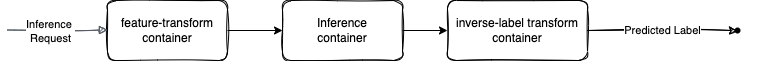
Earlier version of the draw.io export autopilot/autopilot-serverless-inference/images/ap-hpo-serverless-payloadflow.png (aws/amazon-sagemaker-examples). Source tidied: cells renumbered, new cells last; positions are measured from the earlier drawing's top-left corner, leaving out a move shared by most shapes.
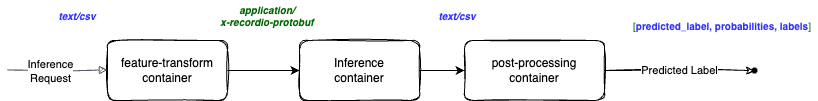
The same diagram one commit later.

Commit message:
Update: HPO Inference portion now captures recordio outputs

Change to the diagram source:
```diff
@@ -8,31 +8,43 @@
     <mxCell id="3" value="feature-transform&lt;br&gt;container" style="rounded=1;whiteSpace=wrap;html=1;shadow=0;sketch=1;" parent="1" vertex="1">
       <mxGeometry x="100" width="120" height="60" as="geometry" />
     </mxCell>
-    <mxCell id="4" style="edgeStyle=orthogonalEdgeStyle;rounded=0;jettySize=auto;html=1;" parent="1" edge="1" source="5" target="7">
-      <mxGeometry relative="1" as="geometry" />
-    </mxCell>
+    <mxCell id="11" style="edgeStyle=orthogonalEdgeStyle;rounded=0;jettySize=auto;html=1;" parent="1" edge="1" source="5" target="12">
+      <mxGeometry relative="1" as="geometry" />
+    </mxCell>
     <mxCell id="5" value="Inference&lt;br&gt;container" style="rounded=1;whiteSpace=wrap;html=1;sketch=1;" parent="1" vertex="1">
-      <mxGeometry x="275" width="120" height="60" as="geometry" />
+      <mxGeometry x="292" width="120" height="60" as="geometry" />
     </mxCell>
-    <mxCell id="6" value="Predicted Label" style="edgeStyle=orthogonalEdgeStyle;rounded=0;jettySize=auto;html=1;sketch=1;" parent="1" edge="1" source="7" target="8">
+    <mxCell id="6" value="Predicted Label" style="edgeStyle=orthogonalEdgeStyle;rounded=0;jettySize=auto;html=1;sketch=1;" parent="1" edge="1" source="12" target="13">
       <mxGeometry relative="1" as="geometry" />
     </mxCell>
-    <mxCell id="7" value="inverse-label transform container" style="rounded=1;whiteSpace=wrap;html=1;sketch=1;" parent="1" vertex="1">
-      <mxGeometry x="440" width="140" height="60" as="geometry" />
-    </mxCell>
-    <mxCell id="8" style="shape=waypoint;sketch=0;size=6;points=[];fillColor=default;perimeter=centerPerimeter;snapToPoint=1;rounded=1;" parent="1" vertex="1">
-      <mxGeometry x="710" y="10" width="40" height="40" as="geometry" />
-    </mxCell>
-    <mxCell id="9" style="edgeStyle=orthogonalEdgeStyle;html=1;endArrow=block;elbow=vertical;startArrow=none;endFill=1;strokeColor=#545B64;rounded=0;sketch=1;" parent="1" edge="1">
-      <mxGeometry relative="1" as="geometry">
-        <mxPoint y="29.5" as="sourcePoint" />
-        <mxPoint x="100" y="29.5" as="targetPoint" />
-      </mxGeometry>
-    </mxCell>
+    <mxCell id="12" value="post-processing&lt;br&gt;container" style="rounded=1;whiteSpace=wrap;html=1;sketch=1;" parent="1" vertex="1">
+      <mxGeometry x="457" width="140" height="60" as="geometry" />
+    </mxCell>
+    <mxCell id="13" style="shape=waypoint;sketch=0;size=6;points=[];fillColor=default;perimeter=centerPerimeter;snapToPoint=1;rounded=1;" parent="1" vertex="1">
+      <mxGeometry x="727" y="10" width="40" height="40" as="geometry" />
+    </mxCell>
+    <mxCell id="14" style="edgeStyle=orthogonalEdgeStyle;html=1;endArrow=block;elbow=vertical;startArrow=none;endFill=1;strokeColor=#545B64;rounded=0;sketch=1;" parent="1" edge="1">
+      <mxGeometry relative="1" as="geometry">
+        <mxPoint y="29.5" as="sourcePoint" />
+        <mxPoint x="100" y="29.5" as="targetPoint" />
+      </mxGeometry>
+    </mxCell>
-    <mxCell id="10" value="Inference &lt;br&gt;Request" style="edgeLabel;html=1;align=center;verticalAlign=middle;" parent="9" vertex="1">
+    <mxCell id="10" value="Inference &lt;br&gt;Request" style="edgeLabel;html=1;align=center;verticalAlign=middle;" parent="14" vertex="1">
       <mxGeometry x="-0.16" relative="1" as="geometry">
         <mxPoint y="1" as="offset" />
       </mxGeometry>
     </mxCell>
+    <mxCell id="15" value="text/csv" style="text;html=1;strokeColor=none;fillColor=none;align=center;verticalAlign=middle;whiteSpace=wrap;rounded=0;fontSize=10;fontStyle=3;fontColor=#3333FF;" parent="1" vertex="1">
+      <mxGeometry x="40" y="-40" width="60" height="30" as="geometry" />
+    </mxCell>
+    <mxCell id="16" value="&lt;font color=&quot;#006600&quot;&gt;application/&lt;br&gt;x-recordio-protobuf&lt;/font&gt;" style="text;html=1;strokeColor=none;fillColor=none;align=center;verticalAlign=middle;whiteSpace=wrap;rounded=0;fontSize=10;fontStyle=3;fontColor=#3333FF;" parent="1" vertex="1">
+      <mxGeometry x="180" y="-40" width="160" height="30" as="geometry" />
+    </mxCell>
+    <mxCell id="17" value="text/csv" style="text;html=1;strokeColor=none;fillColor=none;align=center;verticalAlign=middle;whiteSpace=wrap;rounded=0;fontSize=10;fontStyle=3;fontColor=#3333FF;" parent="1" vertex="1">
+      <mxGeometry x="420" y="-40" width="60" height="30" as="geometry" />
+    </mxCell>
+    <mxCell id="18" value="[&lt;b&gt;&lt;font color=&quot;#3333ff&quot;&gt;predicted_label, probabilities, labels&lt;/font&gt;&lt;/b&gt;]" style="text;html=1;strokeColor=none;fillColor=none;align=center;verticalAlign=middle;whiteSpace=wrap;rounded=0;fontSize=10;fontColor=#006600;" parent="1" vertex="1">
+      <mxGeometry x="620" y="-30" width="190" height="30" as="geometry" />
+    </mxCell>
   </root>
 </mxGraphModel>
```
